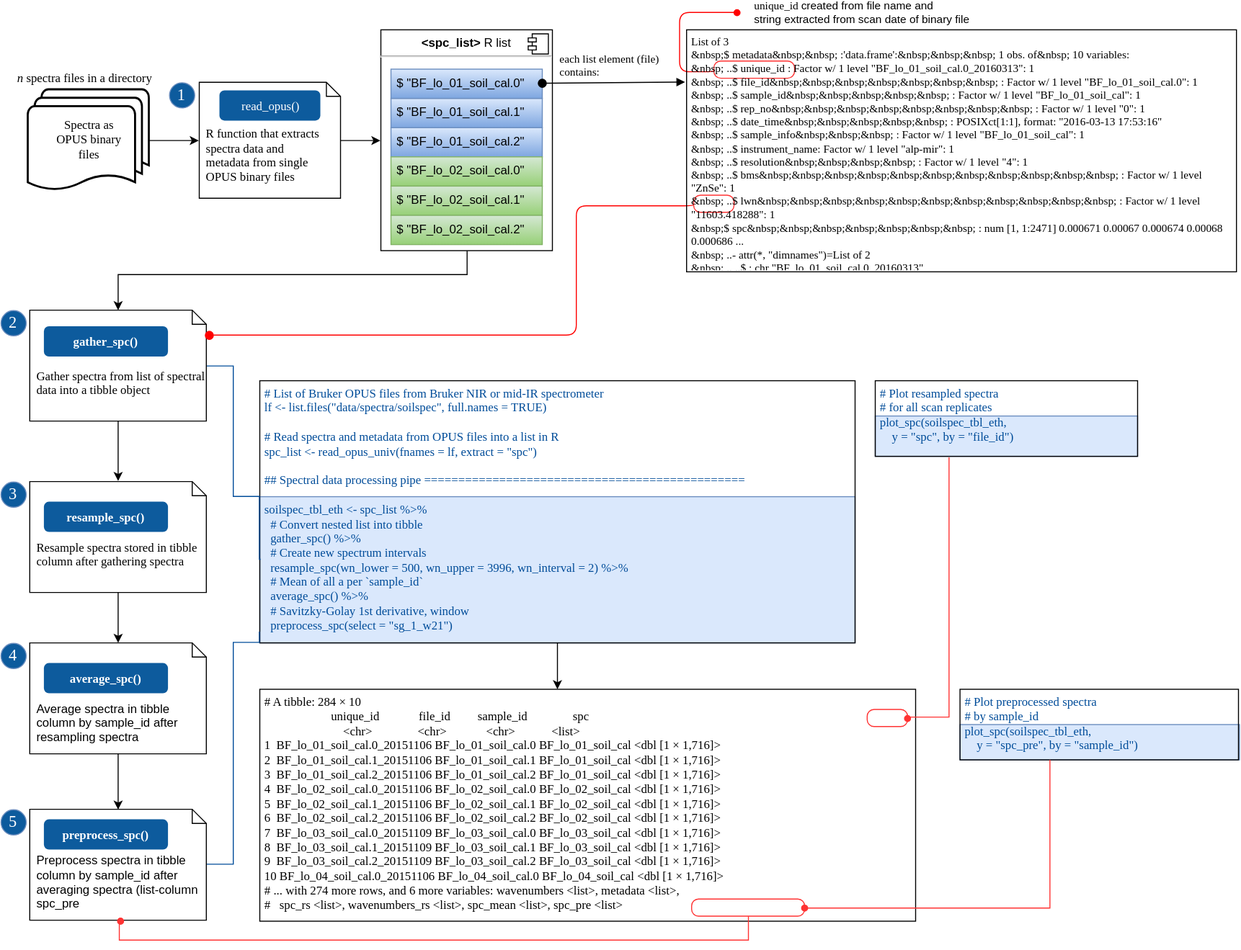
Before: simplerspec-read-proc-tibble.svg, a diagram exported from draw.io (philipp-baumann/spectro-platform-graphs). Source tidied: cells renumbered, new cells last; positions are measured from the earlier drawing's top-left corner, leaving out a move shared by most shapes.
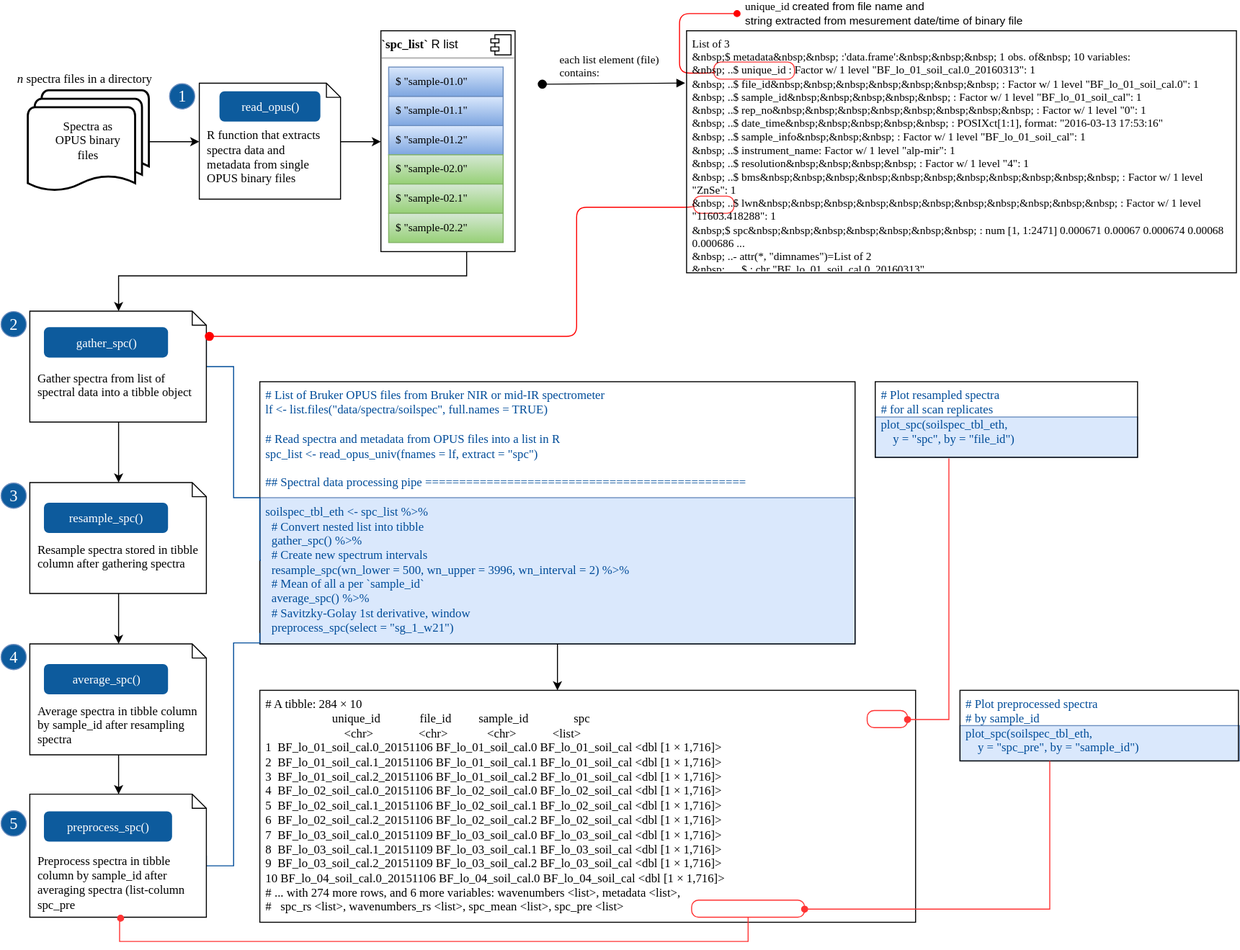
After the change.

Commit message:
Change to Fira Sans and optimize dimensions

The edit, as a diff of the source:
```diff
@@ -20,8 +20,8 @@
     <mxCell id="7" value="&lt;font face=&quot;Fira Sans&quot;&gt;Spectra as&lt;br&gt;OPUS binary&lt;br&gt; files&lt;br&gt;&lt;/font&gt;" style="strokeWidth=2;html=1;shape=mxgraph.flowchart.multi-document;whiteSpace=wrap;" parent="1" vertex="1">
       <mxGeometry x="27" y="86" width="120" height="101" as="geometry" />
     </mxCell>
-    <mxCell id="8" value="&lt;p style=&quot;margin: 0px ; margin-top: 6px ; text-align: center&quot;&gt;&lt;b&gt;&amp;lt;spc_list&amp;gt; &lt;/b&gt;R list&lt;br&gt;&lt;/p&gt;&lt;hr&gt;&lt;p style=&quot;margin: 0px ; margin-left: 8px&quot;&gt;&lt;br&gt;&lt;/p&gt;" style="align=left;overflow=fill;html=1;" parent="1" vertex="1">
-      <mxGeometry x="377" y="27" width="170" height="219" as="geometry" />
+    <mxCell id="8" value="&lt;p style=&quot;margin: 6px 0px 0px&quot; align=&quot;left&quot;&gt;&lt;b&gt;&lt;font face=&quot;Fira Code&quot;&gt;`spc_list`&lt;/font&gt; &lt;/b&gt;R list&lt;br&gt;&lt;/p&gt;&lt;hr align=&quot;left&quot;&gt;&lt;p style=&quot;margin: 0px ; margin-left: 8px&quot; align=&quot;center&quot;&gt;&lt;br&gt;&lt;/p&gt;" style="align=left;overflow=fill;html=1;spacing=2;spacingLeft=0;" parent="1" vertex="1">
+      <mxGeometry x="377" y="27" width="133" height="219" as="geometry" />
     </mxCell>
     <mxCell id="9" style="shape=component;jettyWidth=8;jettyHeight=4;" parent="8" vertex="1">
       <mxGeometry x="1" width="20" height="20" relative="1" as="geometry">
@@ -29,28 +29,28 @@
       </mxGeometry>
     </mxCell>
     <mxCell id="10" style="group;" parent="8" vertex="1">
-      <mxGeometry x="10" y="39" width="150" height="174" as="geometry" />
+      <mxGeometry x="7.7" y="36" width="115" height="174" as="geometry" />
     </mxCell>
     <mxCell id="11" style="group;" parent="10" vertex="1">
-      <mxGeometry width="150" height="174" as="geometry" />
+      <mxGeometry width="113.5" height="174" as="geometry" />
     </mxCell>
-    <mxCell id="12" value="&lt;font style=&quot;font-size: 12px&quot;&gt;$ &quot;BF_lo_01_soil_cal.2&quot;&lt;br&gt;&lt;/font&gt;" style="text;html=1;align=left;verticalAlign=top;spacingLeft=4;spacingRight=4;whiteSpace=wrap;overflow=hidden;plain-blue;" parent="11" vertex="1">
-      <mxGeometry y="58" width="150" height="29" as="geometry" />
+    <mxCell id="12" value="&lt;font style=&quot;font-size: 11px;&quot;&gt;$ &quot;sample-01.2&quot;&lt;br style=&quot;font-size: 11px;&quot;&gt;&lt;/font&gt;" style="text;html=1;align=left;verticalAlign=top;spacingLeft=4;spacingRight=4;whiteSpace=wrap;overflow=hidden;plain-blue;fontFamily=Fira Code;fontSize=11;" parent="11" vertex="1">
+      <mxGeometry y="58" width="113.5" height="29" as="geometry" />
     </mxCell>
-    <mxCell id="13" value="&lt;font style=&quot;font-size: 12px&quot;&gt;$ &quot;BF_lo_02_soil_cal.0&quot;&lt;br&gt;&lt;/font&gt;" style="text;html=1;align=left;verticalAlign=top;spacingLeft=4;spacingRight=4;whiteSpace=wrap;overflow=hidden;plain-green;" parent="11" vertex="1">
-      <mxGeometry y="87" width="150" height="29" as="geometry" />
+    <mxCell id="13" value="&lt;font style=&quot;font-size: 11px;&quot;&gt;$ &quot;sample-02.0&quot;&lt;br style=&quot;font-size: 11px;&quot;&gt;&lt;/font&gt;" style="text;html=1;align=left;verticalAlign=top;spacingLeft=4;spacingRight=4;whiteSpace=wrap;overflow=hidden;plain-green;fontFamily=Fira Code;fontSize=11;" parent="11" vertex="1">
+      <mxGeometry y="87" width="113.5" height="29" as="geometry" />
     </mxCell>
-    <mxCell id="14" value="&lt;font style=&quot;font-size: 12px&quot;&gt;$ &quot;BF_lo_02_soil_cal.1&quot;&lt;br&gt;&lt;/font&gt;" style="text;html=1;align=left;verticalAlign=top;spacingLeft=4;spacingRight=4;whiteSpace=wrap;overflow=hidden;plain-green;" parent="11" vertex="1">
-      <mxGeometry y="116" width="150" height="29" as="geometry" />
+    <mxCell id="14" value="&lt;font style=&quot;font-size: 11px;&quot;&gt;$ &quot;sample-02.1&quot;&lt;br style=&quot;font-size: 11px;&quot;&gt;&lt;/font&gt;" style="text;html=1;align=left;verticalAlign=top;spacingLeft=4;spacingRight=4;whiteSpace=wrap;overflow=hidden;plain-green;fontFamily=Fira Code;fontSize=11;" parent="11" vertex="1">
+      <mxGeometry y="116" width="113.5" height="29" as="geometry" />
     </mxCell>
-    <mxCell id="15" value="&lt;font style=&quot;font-size: 12px&quot;&gt;$ &quot;BF_lo_02_soil_cal.2&quot;&lt;br&gt;&lt;/font&gt;" style="text;html=1;align=left;verticalAlign=top;spacingLeft=4;spacingRight=4;whiteSpace=wrap;overflow=hidden;plain-green;" parent="11" vertex="1">
-      <mxGeometry y="145" width="150" height="29" as="geometry" />
+    <mxCell id="15" value="&lt;font style=&quot;font-size: 11px;&quot;&gt;$ &quot;sample-02.2&quot;&lt;br style=&quot;font-size: 11px;&quot;&gt;&lt;/font&gt;" style="text;html=1;align=left;verticalAlign=top;spacingLeft=4;spacingRight=4;whiteSpace=wrap;overflow=hidden;plain-green;fontFamily=Fira Code;fontSize=11;" parent="11" vertex="1">
+      <mxGeometry y="145" width="113.5" height="29" as="geometry" />
     </mxCell>
-    <mxCell id="16" value="&lt;font style=&quot;font-size: 12px&quot;&gt;$ &quot;BF_lo_01_soil_cal.1&quot;&lt;br&gt;&lt;/font&gt;" style="text;html=1;align=left;verticalAlign=top;spacingLeft=4;spacingRight=4;whiteSpace=wrap;overflow=hidden;plain-blue;" parent="11" vertex="1">
-      <mxGeometry y="29" width="150" height="29" as="geometry" />
+    <mxCell id="16" value="&lt;font style=&quot;font-size: 11px;&quot;&gt;$ &quot;sample-01.1&quot;&lt;br style=&quot;font-size: 11px;&quot;&gt;&lt;/font&gt;" style="text;html=1;align=left;verticalAlign=top;spacingLeft=4;spacingRight=4;whiteSpace=wrap;overflow=hidden;plain-blue;fontFamily=Fira Code;fontSize=11;" parent="11" vertex="1">
+      <mxGeometry y="29" width="113.5" height="29" as="geometry" />
     </mxCell>
-    <mxCell id="17" value="&lt;font style=&quot;font-size: 12px&quot;&gt;$ &quot;BF_lo_01_soil_cal.0&quot;&lt;br&gt;&lt;/font&gt;" style="text;html=1;align=left;verticalAlign=top;spacingLeft=4;spacingRight=4;whiteSpace=wrap;overflow=hidden;plain-blue;" parent="11" vertex="1">
-      <mxGeometry width="150" height="29" as="geometry" />
+    <mxCell id="17" value="&lt;font style=&quot;font-size: 11px;&quot;&gt;$ &quot;sample-01.0&quot;&lt;br style=&quot;font-size: 11px;&quot;&gt;&lt;/font&gt;" style="text;html=1;align=left;verticalAlign=top;spacingLeft=4;spacingRight=4;whiteSpace=wrap;overflow=hidden;plain-blue;fontFamily=Fira Code;fontSize=11;" parent="11" vertex="1">
+      <mxGeometry width="113.5" height="29" as="geometry" />
     </mxCell>
     <mxCell id="18" style="edgeStyle=orthogonalEdgeStyle;rounded=0;html=1;exitX=1;exitY=0.5;entryX=0;entryY=0.5;jettySize=auto;" parent="1" edge="1" source="19" target="8">
       <mxGeometry relative="1" as="geometry" />
@@ -70,8 +70,8 @@
     <mxCell id="22" value="&lt;font face=&quot;Fira Sans&quot;&gt;&lt;i&gt;n&lt;/i&gt; spectra files in a directory&lt;br&gt;&lt;/font&gt;" style="text;html=1;align=left;verticalAlign=top;spacingTop=-4;" parent="1" vertex="1">
       <mxGeometry x="15" y="65" width="170" height="20" as="geometry" />
     </mxCell>
-    <mxCell id="23" value="&lt;div align=&quot;left&quot;&gt;&lt;font face=&quot;monaco&quot;&gt;unique_id &lt;font face=&quot;Helvetica&quot;&gt;created from file name and&lt;/font&gt;&lt;/font&gt;&lt;font face=&quot;Helvetica&quot;&gt;&lt;br&gt;string extracted from scan date of binary file&lt;/font&gt;&lt;br&gt;&lt;/div&gt;" style="text;html=1;strokeColor=none;fillColor=none;align=center;verticalAlign=middle;whiteSpace=wrap;labelBackgroundColor=#ffffff;fontFamily=Courier New;fontSize=11;" parent="1" vertex="1">
-      <mxGeometry x="730" width="247" height="20" as="geometry" />
+    <mxCell id="23" value="&lt;div align=&quot;left&quot;&gt;&lt;font face=&quot;monaco&quot;&gt;&lt;font face=&quot;Fira Code&quot;&gt;unique_id&lt;/font&gt; &lt;font face=&quot;Helvetica&quot;&gt;created from file name and&lt;/font&gt;&lt;/font&gt;&lt;font face=&quot;Helvetica&quot;&gt;&lt;br&gt;string extracted from mesurement date/time of binary file&lt;/font&gt;&lt;br&gt;&lt;/div&gt;" style="text;html=1;strokeColor=none;fillColor=none;align=center;verticalAlign=middle;whiteSpace=wrap;labelBackgroundColor=#ffffff;fontFamily=Courier New;fontSize=11;" parent="1" vertex="1">
+      <mxGeometry x="730" width="290" height="20" as="geometry" />
     </mxCell>
     <mxCell id="24" style="edgeStyle=orthogonalEdgeStyle;rounded=0;html=1;exitX=0.5;exitY=1;entryX=0.5;entryY=0;jettySize=auto;fontFamily=Courier New;fontSize=11;" parent="1" edge="1" target="27">
       <mxGeometry x="462" y="246" as="geometry">
@@ -99,7 +99,7 @@
     <mxCell id="27" value="&lt;br&gt;&lt;br&gt;&lt;br&gt;&lt;br&gt;Gather spectra from list of spectral data into a tibble object&lt;br&gt;" style="shape=note;whiteSpace=wrap;html=1;size=14;verticalAlign=top;align=left;spacingTop=-6;perimeterSpacing=0;spacingLeft=5;fontFamily=Fira Sans;" parent="1" vertex="1">
       <mxGeometry x="29" y="305" width="175" height="110" as="geometry" />
     </mxCell>
-    <mxCell id="28" value="gather_spc()" style="html=1;shadow=0;dashed=0;shape=mxgraph.bootstrap.rrect;align=center;rSize=5;strokeColor=none;fillColor=#0D5B9D;fontColor=#ffffff;fontStyle=1;whiteSpace=wrap;fontFamily=monaco;" parent="1" vertex="1">
+    <mxCell id="28" value="gather_spc()" style="html=1;shadow=0;dashed=0;shape=mxgraph.bootstrap.rrect;align=center;rSize=5;strokeColor=none;fillColor=#0D5B9D;fontColor=#ffffff;fontStyle=0;whiteSpace=wrap;fontFamily=Fira Code;" parent="1" vertex="1">
       <mxGeometry x="43" y="321" width="123" height="30" as="geometry" />
     </mxCell>
     <mxCell id="29" style="edgeStyle=orthogonalEdgeStyle;html=1;verticalAlign=bottom;endArrow=oval;endSize=8;strokeColor=#ff0000;fontFamily=Courier New;fontSize=11;endFill=1;exitX=0;exitY=0.5;" parent="1" edge="1" source="33">
@@ -115,10 +115,10 @@
     <mxCell id="30" style="edgeStyle=orthogonalEdgeStyle;rounded=0;html=1;exitX=0.5;exitY=1;jettySize=auto;fontFamily=monaco;fontSize=10;" parent="1" edge="1" source="31" target="35">
       <mxGeometry relative="1" as="geometry" />
     </mxCell>
-    <mxCell id="31" value="&lt;font face=&quot;Fira Sans&quot;&gt;&lt;br&gt;&lt;br&gt;&lt;br&gt;&lt;br&gt;Resample spectra stored in tibble column after gathering spectra&lt;br&gt;&lt;/font&gt;" style="shape=note;whiteSpace=wrap;html=1;size=14;verticalAlign=top;align=left;spacingTop=-6;perimeterSpacing=0;spacingLeft=5;" parent="1" vertex="1">
+    <mxCell id="31" value="&lt;font&gt;&lt;br&gt;&lt;br&gt;&lt;br&gt;&lt;br&gt;Resample spectra stored in tibble column after gathering spectra&lt;br&gt;&lt;/font&gt;" style="shape=note;whiteSpace=wrap;html=1;size=14;verticalAlign=top;align=left;spacingTop=-6;perimeterSpacing=0;spacingLeft=5;fontFamily=Fira Sans;" parent="1" vertex="1">
       <mxGeometry x="29" y="475" width="175" height="110" as="geometry" />
     </mxCell>
-    <mxCell id="32" value="resample_spc()" style="html=1;shadow=0;dashed=0;shape=mxgraph.bootstrap.rrect;align=center;rSize=5;strokeColor=none;fillColor=#0D5B9D;fontColor=#ffffff;fontStyle=1;whiteSpace=wrap;fontFamily=Verdana;" parent="1" vertex="1">
+    <mxCell id="32" value="resample_spc()" style="html=1;shadow=0;dashed=0;shape=mxgraph.bootstrap.rrect;align=center;rSize=5;strokeColor=none;fillColor=#0D5B9D;fontColor=#ffffff;fontStyle=0;whiteSpace=wrap;fontFamily=Fira Code;" parent="1" vertex="1">
       <mxGeometry x="43" y="495" width="123" height="30" as="geometry" />
     </mxCell>
     <mxCell id="33" style="rounded=1;whiteSpace=wrap;html=1;arcSize=40;fillColor=none;strokeColor=#FF3333;labelBackgroundColor=#ffffff;fontFamily=Courier New;fontSize=11;align=left;" parent="1" vertex="1">
@@ -127,10 +127,10 @@
     <mxCell id="34" style="edgeStyle=orthogonalEdgeStyle;rounded=0;html=1;exitX=0.5;exitY=1;entryX=0.5;entryY=0;jettySize=auto;fontFamily=monaco;fontSize=10;" parent="1" edge="1" source="35" target="38">
       <mxGeometry relative="1" as="geometry" />
     </mxCell>
-    <mxCell id="35" value="&lt;br&gt;&lt;br&gt;&lt;br&gt;&lt;br&gt;Average spectra in tibble column by sample_id after resampling spectra &lt;br&gt;" style="shape=note;whiteSpace=wrap;html=1;size=14;verticalAlign=top;align=left;spacingTop=-6;perimeterSpacing=0;spacingLeft=5;" parent="1" vertex="1">
+    <mxCell id="35" value="&lt;br&gt;&lt;br&gt;&lt;br&gt;&lt;div&gt;&lt;br&gt;&lt;/div&gt;&lt;div&gt;Average spectra in tibble column by sample_id after resampling spectra &lt;/div&gt;" style="shape=note;whiteSpace=wrap;html=1;size=14;verticalAlign=top;align=left;spacingTop=-6;perimeterSpacing=0;spacingLeft=5;fontFamily=Fira Sans;" parent="1" vertex="1">
       <mxGeometry x="29" y="635" width="175" height="110" as="geometry" />
     </mxCell>
-    <mxCell id="36" value="average_spc()" style="html=1;shadow=0;dashed=0;shape=mxgraph.bootstrap.rrect;align=center;rSize=5;strokeColor=none;fillColor=#0D5B9D;fontColor=#ffffff;fontStyle=1;whiteSpace=wrap;fontFamily=Verdana;" parent="1" vertex="1">
+    <mxCell id="36" value="average_spc()" style="html=1;shadow=0;dashed=0;shape=mxgraph.bootstrap.rrect;align=center;rSize=5;strokeColor=none;fillColor=#0D5B9D;fontColor=#ffffff;fontStyle=0;whiteSpace=wrap;fontFamily=Fira Code;" parent="1" vertex="1">
       <mxGeometry x="43" y="655" width="123" height="30" as="geometry" />
     </mxCell>
     <mxCell id="37" style="edgeStyle=orthogonalEdgeStyle;rounded=0;html=1;exitX=1;exitY=0.5;entryX=0;entryY=0.958;entryPerimeter=0;startArrow=none;startFill=0;endArrow=none;endFill=0;jettySize=auto;fontFamily=monaco;fontSize=10;strokeColor=#004C99;" parent="1" edge="1" source="38" target="3">
@@ -142,11 +142,11 @@
         </Array>
       </mxGeometry>
     </mxCell>
-    <mxCell id="38" value="&lt;br&gt;&lt;br&gt;&lt;br&gt;Preprocess spectra in tibble column by sample_id after averaging spectra (list-column spc_pre" style="shape=note;whiteSpace=wrap;html=1;size=14;verticalAlign=top;align=left;spacingTop=-6;perimeterSpacing=0;spacingLeft=5;" parent="1" vertex="1">
-      <mxGeometry x="29" y="800" width="175" height="110" as="geometry" />
+    <mxCell id="38" value="&lt;br&gt;&lt;br&gt;&lt;br&gt;&lt;div&gt;&lt;br&gt;&lt;/div&gt;&lt;div&gt;Preprocess spectra in tibble column by sample_id after averaging spectra (list-column spc_pre&lt;/div&gt;" style="shape=note;whiteSpace=wrap;html=1;size=14;verticalAlign=top;align=left;spacingTop=-6;perimeterSpacing=0;spacingLeft=5;fontFamily=Fira Sans;spacingBottom=0;" parent="1" vertex="1">
+      <mxGeometry x="29" y="784" width="175" height="122" as="geometry" />
     </mxCell>
-    <mxCell id="39" value="preprocess_spc()" style="html=1;shadow=0;dashed=0;shape=mxgraph.bootstrap.rrect;align=center;rSize=5;strokeColor=none;fillColor=#0D5B9D;fontColor=#ffffff;fontStyle=1;whiteSpace=wrap;fontFamily=Verdana;" parent="1" vertex="1">
-      <mxGeometry x="43" y="810" width="123" height="30" as="geometry" />
+    <mxCell id="39" value="preprocess_spc()" style="html=1;shadow=0;dashed=0;shape=mxgraph.bootstrap.rrect;align=center;rSize=5;strokeColor=none;fillColor=#0D5B9D;fontColor=#ffffff;fontStyle=0;whiteSpace=wrap;fontFamily=Fira Code;" parent="1" vertex="1">
+      <mxGeometry x="43" y="801" width="127" height="30" as="geometry" />
     </mxCell>
     <mxCell id="40" style="edgeStyle=orthogonalEdgeStyle;rounded=0;html=1;jettySize=auto;fontFamily=monaco;fontSize=10;" parent="1" edge="1" source="3" target="41">
       <mxGeometry relative="1" as="geometry">
```
